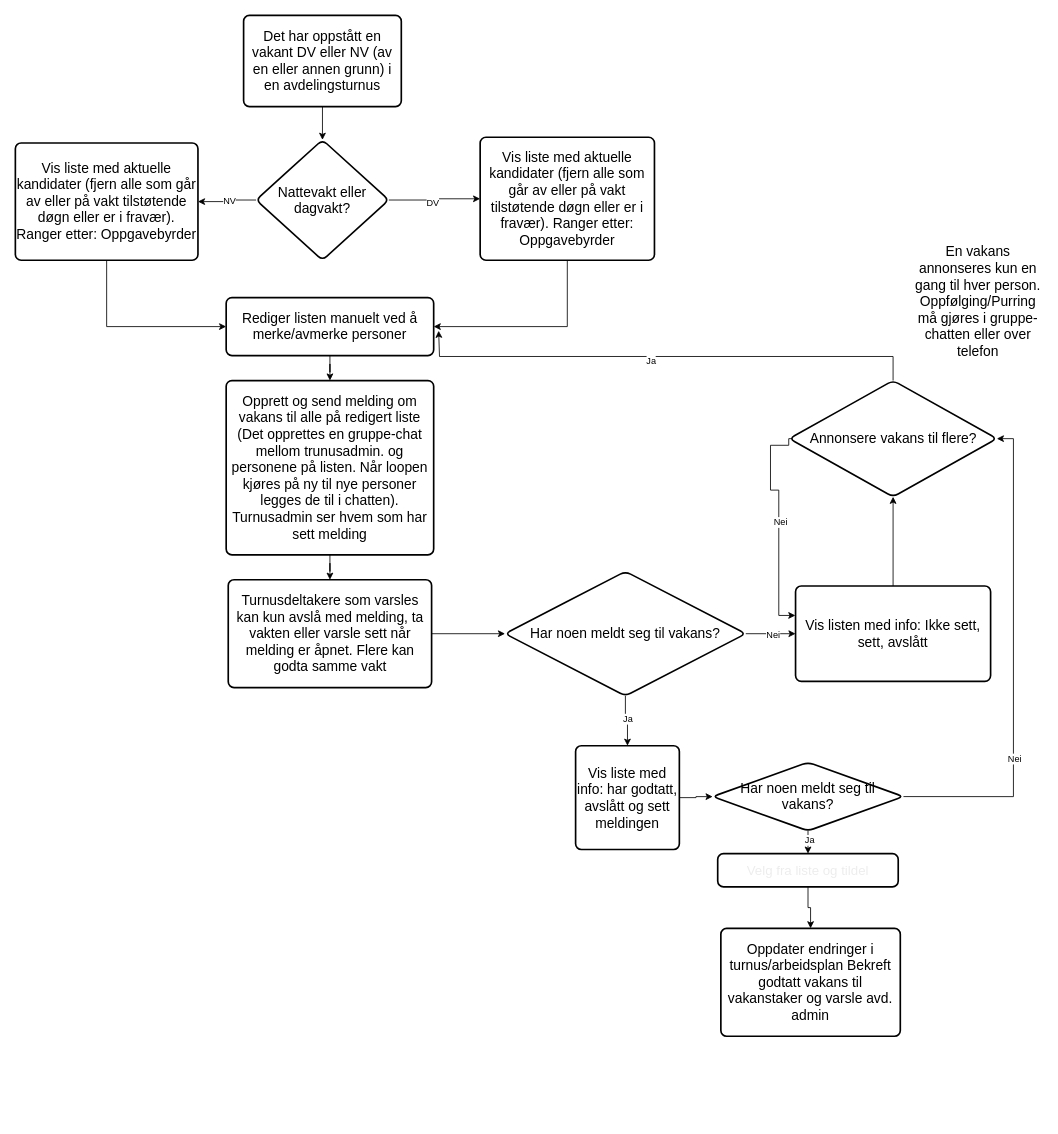
This is page "Vakans i avd. turnus" (2 of 2) of Varsle sykefravær.drawio from vegardlokreim/crm, a draw.io file, before an edit. Source tidied: cells renumbered, new cells numbered last; positions are measured from the earlier drawing's top-left corner, leaving out a move shared by most shapes. Both pictures are drawn from the tidied source at 83%, with x=0, y=0 at pixel (15, 15).
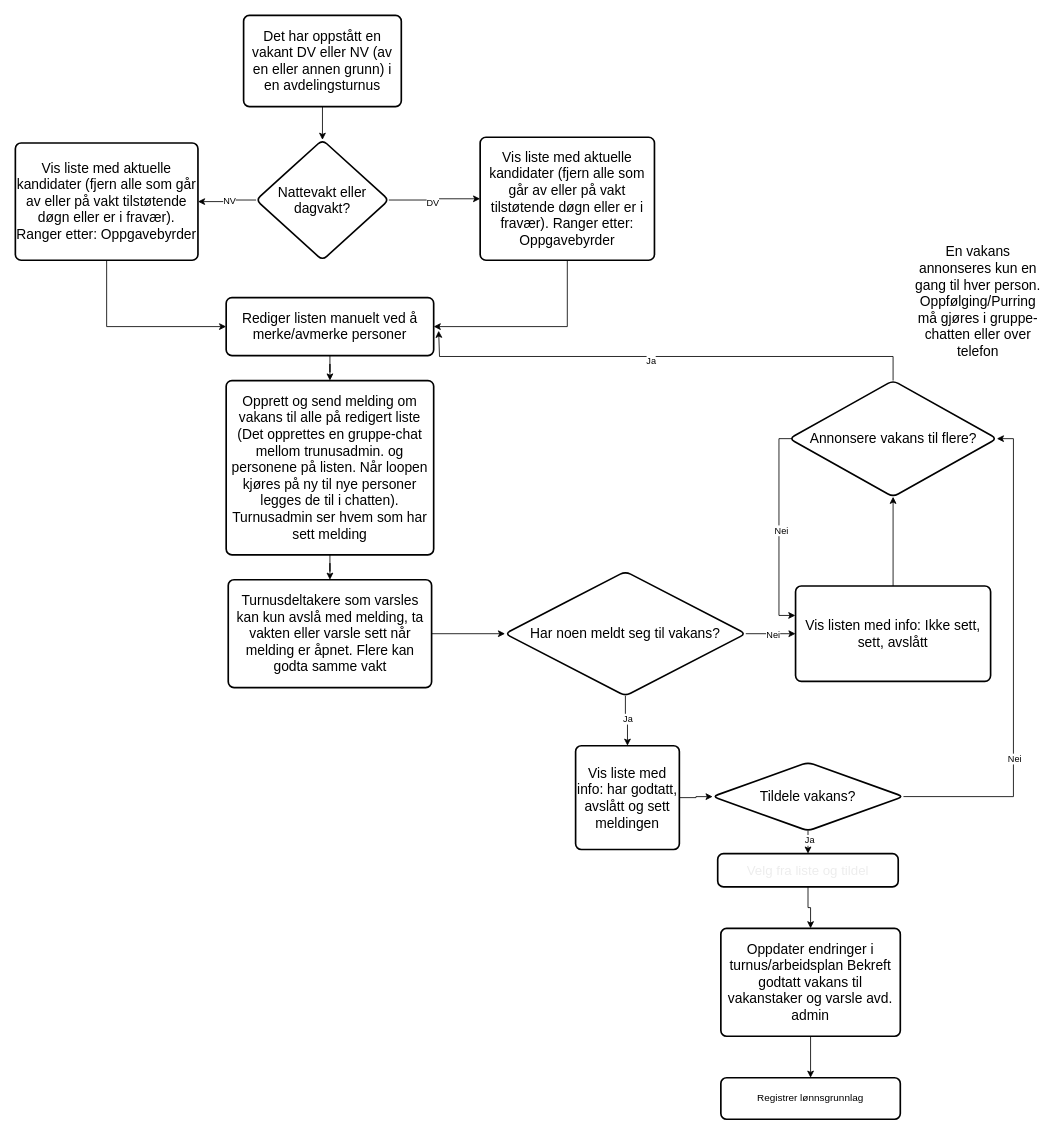
The same page after the edit.

The change refers to these unchanged cells:
```xml
<mxCell id="41" value="&lt;span style=&quot;text-align: start; caret-color: rgb(0, 0, 0); color: rgb(0, 0, 0);&quot; data-lucid-content=&quot;{&amp;quot;t&amp;quot;:&amp;quot;Oppdater endringer i turnus/arbeidsplan Bekreft godtatt vakans til vakanstaker&amp;quot;,&amp;quot;m&amp;quot;:[{&amp;quot;s&amp;quot;:0,&amp;quot;n&amp;quot;:&amp;quot;p&amp;quot;,&amp;quot;v&amp;quot;:1.2},{&amp;quot;s&amp;quot;:0,&amp;quot;n&amp;quot;:&amp;quot;s&amp;quot;,&amp;quot;v&amp;quot;:22.22222222222222,&amp;quot;e&amp;quot;:78},{&amp;quot;s&amp;quot;:0,&amp;quot;n&amp;quot;:&amp;quot;fsp&amp;quot;,&amp;quot;v&amp;quot;:&amp;quot;ss_presetShapeStyle1_textStyle&amp;quot;,&amp;quot;e&amp;quot;:78},{&amp;quot;s&amp;quot;:0,&amp;quot;n&amp;quot;:&amp;quot;fsp2&amp;quot;,&amp;quot;v&amp;quot;:&amp;quot;ss_presetShapeStyle1_textStyle&amp;quot;,&amp;quot;e&amp;quot;:78}]}&quot;&gt;&lt;span style=&quot;font-size: 16.666667px;&quot;&gt;Oppdater endringer i turnus/arbeidsplan Bekreft godtatt vakans til vakanstaker og varsle avd. admin&lt;/span&gt;&lt;/span&gt;" style="whiteSpace=wrap;html=1;rounded=1;absoluteArcSize=1;arcSize=14;strokeWidth=2;" parent="1" vertex="1">
  <mxGeometry x="850" y="1100" width="216.2" height="130" as="geometry" />
</mxCell>
```

Diff of the diagram source:
```diff
@@
     <mxCell id="28" style="edgeStyle=orthogonalEdgeStyle;rounded=0;orthogonalLoop=1;jettySize=auto;html=1;entryX=0;entryY=0.5;entryDx=0;entryDy=0;exitX=0.031;exitY=0.514;exitDx=0;exitDy=0;exitPerimeter=0;" parent="1" edge="1">
       <mxGeometry relative="1" as="geometry">
         <mxPoint x="940" y="510" as="sourcePoint" />
         <mxPoint x="939.8" y="723" as="targetPoint" />
         <Array as="points">
-          <mxPoint x="931.8" y="510" />
-          <mxPoint x="931.8" y="518" />
-          <mxPoint x="909.8" y="518" />
-          <mxPoint x="909.8" y="572" />
-          <mxPoint x="919.8" y="572" />
-          <mxPoint x="919.8" y="723" />
+          <mxPoint x="920" y="510" />
+          <mxPoint x="920" y="723" />
         </Array>
       </mxGeometry>
     </mxCell>
@@
-    <mxCell id="38" value="&lt;span style=&quot;text-align: start; caret-color: rgb(0, 0, 0); color: rgb(0, 0, 0);&quot; data-lucid-content=&quot;{&amp;quot;t&amp;quot;:&amp;quot;Har noen meldt seg til vakans?&amp;quot;,&amp;quot;m&amp;quot;:[{&amp;quot;s&amp;quot;:0,&amp;quot;n&amp;quot;:&amp;quot;p&amp;quot;,&amp;quot;v&amp;quot;:1.2},{&amp;quot;s&amp;quot;:0,&amp;quot;n&amp;quot;:&amp;quot;c&amp;quot;,&amp;quot;v&amp;quot;:&amp;quot;#000000ff&amp;quot;,&amp;quot;e&amp;quot;:30},{&amp;quot;s&amp;quot;:0,&amp;quot;n&amp;quot;:&amp;quot;fsp&amp;quot;,&amp;quot;v&amp;quot;:&amp;quot;ss_presetShapeStyle1_textStyle&amp;quot;,&amp;quot;e&amp;quot;:30},{&amp;quot;s&amp;quot;:0,&amp;quot;n&amp;quot;:&amp;quot;s&amp;quot;,&amp;quot;v&amp;quot;:22.22222222222222,&amp;quot;e&amp;quot;:30}]}&quot;&gt;&lt;span style=&quot;font-size: 16.666667px;&quot;&gt;Har noen meldt seg til vakans?&lt;/span&gt;&lt;/span&gt;" style="rhombus;whiteSpace=wrap;html=1;rounded=1;absoluteArcSize=1;arcSize=14;strokeWidth=2;" parent="1" vertex="1">
+    <mxCell id="38" value="&lt;span style=&quot;text-align: start; caret-color: rgb(0, 0, 0); color: rgb(0, 0, 0);&quot; data-lucid-content=&quot;{&amp;quot;t&amp;quot;:&amp;quot;Har noen meldt seg til vakans?&amp;quot;,&amp;quot;m&amp;quot;:[{&amp;quot;s&amp;quot;:0,&amp;quot;n&amp;quot;:&amp;quot;p&amp;quot;,&amp;quot;v&amp;quot;:1.2},{&amp;quot;s&amp;quot;:0,&amp;quot;n&amp;quot;:&amp;quot;c&amp;quot;,&amp;quot;v&amp;quot;:&amp;quot;#000000ff&amp;quot;,&amp;quot;e&amp;quot;:30},{&amp;quot;s&amp;quot;:0,&amp;quot;n&amp;quot;:&amp;quot;fsp&amp;quot;,&amp;quot;v&amp;quot;:&amp;quot;ss_presetShapeStyle1_textStyle&amp;quot;,&amp;quot;e&amp;quot;:30},{&amp;quot;s&amp;quot;:0,&amp;quot;n&amp;quot;:&amp;quot;s&amp;quot;,&amp;quot;v&amp;quot;:22.22222222222222,&amp;quot;e&amp;quot;:30}]}&quot;&gt;&lt;span style=&quot;font-size: 16.666667px;&quot;&gt;Tildele vakans?&lt;/span&gt;&lt;/span&gt;" style="rhombus;whiteSpace=wrap;html=1;rounded=1;absoluteArcSize=1;arcSize=14;strokeWidth=2;" parent="1" vertex="1">
       <mxGeometry x="840" y="900" width="230" height="82.5" as="geometry" />
     </mxCell>
@@
+    <mxCell id="42" style="edgeStyle=orthogonalEdgeStyle;rounded=0;jettySize=auto;html=1;" parent="1" edge="1" source="41" target="43">
+      <mxGeometry relative="1" as="geometry" />
+    </mxCell>
@@
+    <mxCell id="43" value="Registrer lønnsgrunnlag" style="whiteSpace=wrap;html=1;rounded=1;absoluteArcSize=1;arcSize=14;strokeWidth=2;" parent="1" vertex="1">
+      <mxGeometry x="850" y="1280" width="216.2" height="50" as="geometry" />
+    </mxCell>
```
